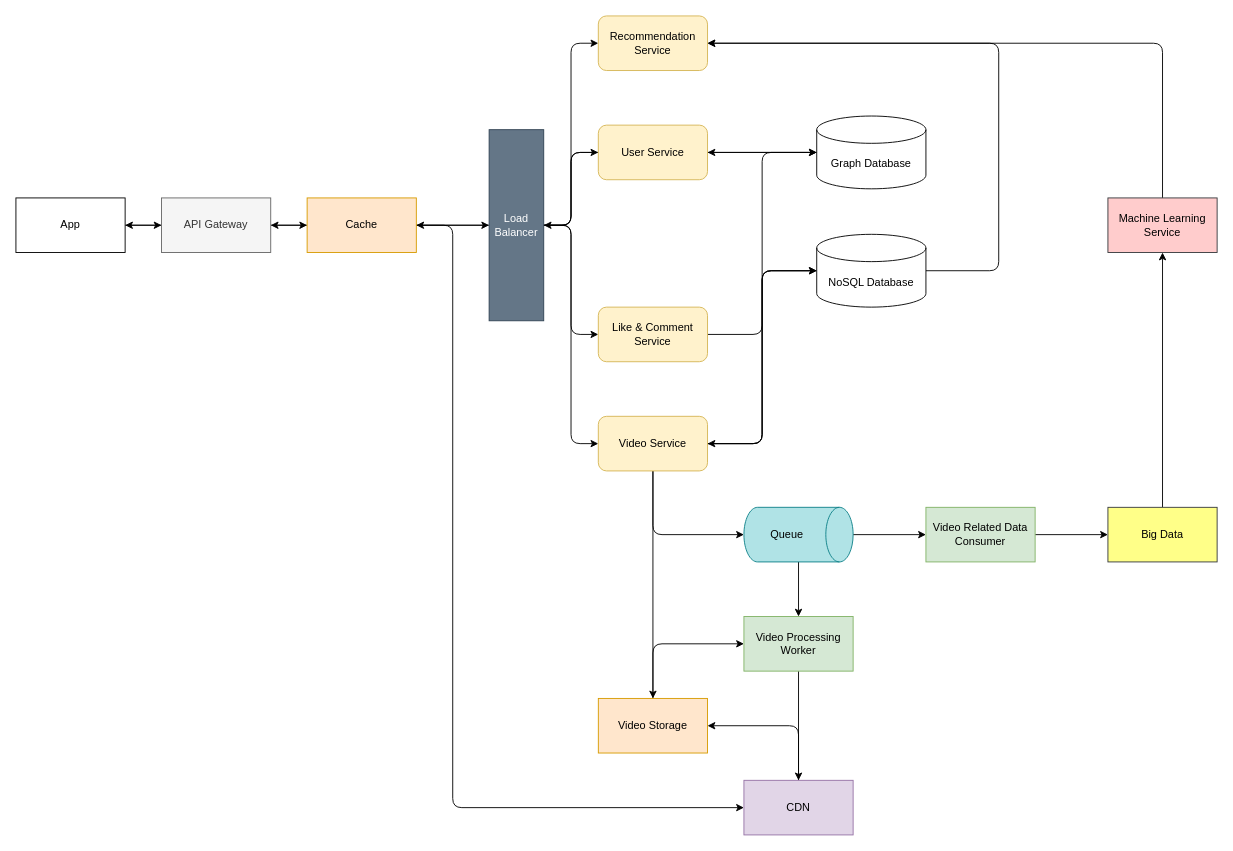
Before: TikTok System Design.drawio in purnendukar/MySystemDesigns, a draw.io diagram. Source tidied: cells renumbered, new cells numbered last; positions are measured from the earlier drawing's top-left corner, leaving out a move shared by most shapes. Both pictures are drawn from the tidied source at 91%, with x=0, y=0 at pixel (15, 15).
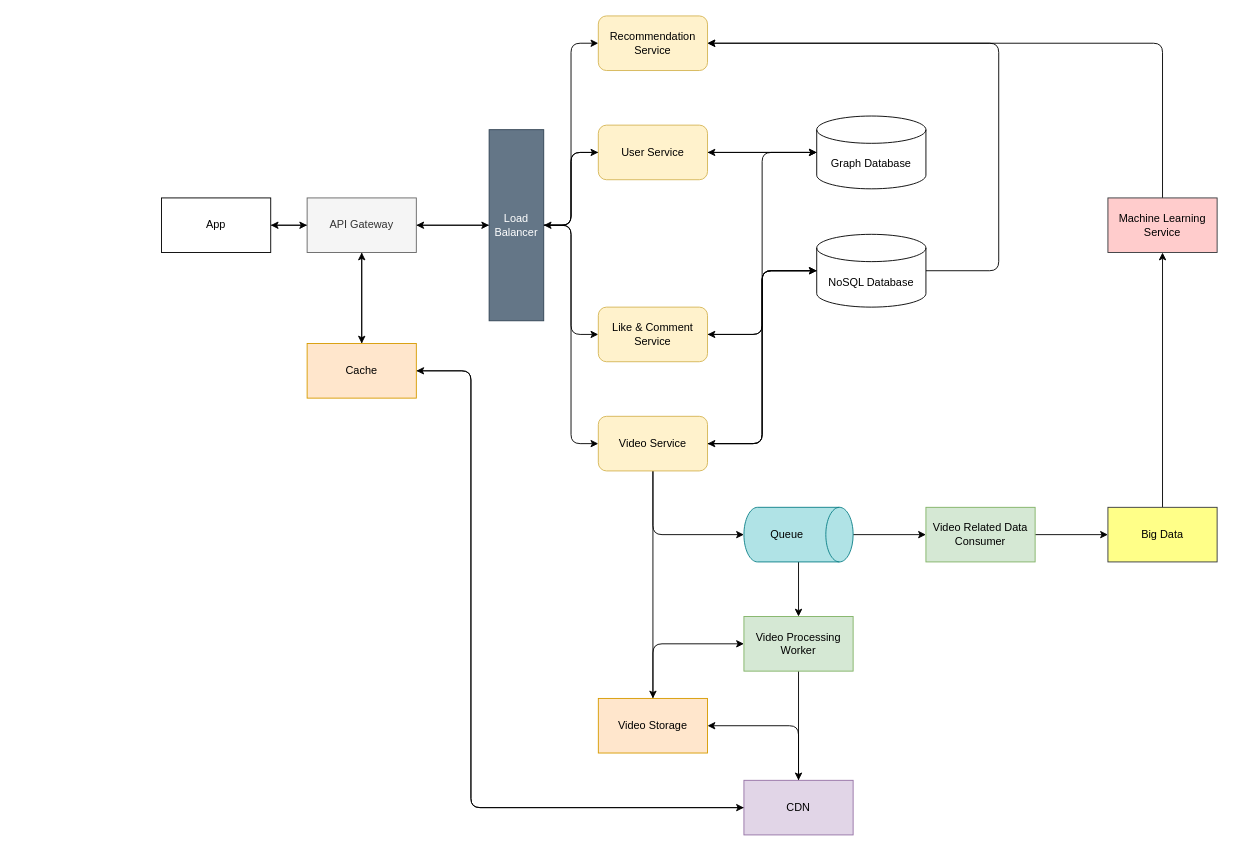
The same diagram, later.

Unchanged cells that the change refers to:
```xml
<mxCell id="10" value="Load&lt;br&gt;Balancer" style="rounded=0;whiteSpace=wrap;html=1;fillColor=#647687;strokeColor=#314354;fontColor=#ffffff;" parent="1" vertex="1">
  <mxGeometry x="520" y="125" width="60" height="210" as="geometry" />
</mxCell>
<mxCell id="21" value="NoSQL Database" style="shape=cylinder3;whiteSpace=wrap;html=1;boundedLbl=1;backgroundOutline=1;size=15;" parent="1" vertex="1">
  <mxGeometry x="880" y="240" width="120" height="80" as="geometry" />
</mxCell>
<mxCell id="23" value="CDN" style="rounded=0;whiteSpace=wrap;html=1;fillColor=#e1d5e7;strokeColor=#9673a6;" parent="1" vertex="1">
  <mxGeometry x="800" y="840" width="120" height="60" as="geometry" />
</mxCell>
<mxCell id="47" value="Like &amp;amp; Comment Service" style="rounded=1;whiteSpace=wrap;html=1;fillColor=#fff2cc;strokeColor=#d6b656;" parent="1" vertex="1">
  <mxGeometry x="640" y="320" width="120" height="60" as="geometry" />
</mxCell>
```

Diff of the diagram source:
```diff
@@
+    <mxCell id="3" style="edgeStyle=orthogonalEdgeStyle;rounded=1;jettySize=auto;html=1;" parent="1" edge="1" source="4" target="31">
+      <mxGeometry relative="1" as="geometry" />
+    </mxCell>
+    <mxCell id="48" style="edgeStyle=orthogonalEdgeStyle;rounded=1;jettySize=auto;html=1;entryX=0;entryY=0.5;entryDx=0;entryDy=0;" parent="1" edge="1" source="4" target="10">
+      <mxGeometry relative="1" as="geometry" />
+    </mxCell>
@@
-    <mxCell id="3" style="edgeStyle=orthogonalEdgeStyle;rounded=1;jettySize=auto;html=1;" parent="1" edge="1" source="4" target="31">
-      <mxGeometry relative="1" as="geometry" />
-    </mxCell>
     <mxCell id="4" value="API Gateway" style="rounded=0;whiteSpace=wrap;html=1;fillColor=#f5f5f5;fontColor=#333333;strokeColor=#666666;" parent="1" vertex="1">
-      <mxGeometry x="160" y="200" width="120" height="60" as="geometry" />
+      <mxGeometry x="320" y="200" width="120" height="60" as="geometry" />
     </mxCell>
@@
-    <mxCell id="7" style="edgeStyle=orthogonalEdgeStyle;rounded=1;jettySize=auto;html=1;" parent="1" edge="1" source="10" target="29">
-      <mxGeometry relative="1" as="geometry" />
-    </mxCell>
@@
+    <mxCell id="49" style="edgeStyle=orthogonalEdgeStyle;rounded=1;jettySize=auto;html=1;" parent="1" edge="1" source="10" target="4">
+      <mxGeometry relative="1" as="geometry" />
+    </mxCell>
@@
+    <mxCell id="50" style="edgeStyle=orthogonalEdgeStyle;rounded=1;jettySize=auto;html=1;" parent="1" edge="1" source="21" target="47">
+      <mxGeometry relative="1" as="geometry" />
+    </mxCell>
@@
+    <mxCell id="51" style="edgeStyle=orthogonalEdgeStyle;rounded=1;jettySize=auto;html=1;" parent="1" edge="1" source="23" target="29">
+      <mxGeometry relative="1" as="geometry">
+        <Array as="points">
+          <mxPoint x="500" y="870" />
+        </Array>
+      </mxGeometry>
+    </mxCell>
@@
-    <mxCell id="26" style="edgeStyle=orthogonalEdgeStyle;rounded=1;jettySize=auto;html=1;" parent="1" edge="1" source="29" target="10">
-      <mxGeometry relative="1" as="geometry" />
-    </mxCell>
     <mxCell id="27" style="edgeStyle=orthogonalEdgeStyle;rounded=1;jettySize=auto;html=1;entryX=0;entryY=0.5;entryDx=0;entryDy=0;" parent="1" edge="1" source="29" target="23">
       <mxGeometry relative="1" as="geometry">
         <Array as="points">
-          <mxPoint x="480" y="230" />
-          <mxPoint x="480" y="870" />
+          <mxPoint x="500" y="870" />
         </Array>
       </mxGeometry>
     </mxCell>
-    <mxCell id="28" style="edgeStyle=orthogonalEdgeStyle;rounded=1;jettySize=auto;html=1;entryX=1;entryY=0.5;entryDx=0;entryDy=0;" parent="1" edge="1" source="29" target="4">
+    <mxCell id="28" style="edgeStyle=orthogonalEdgeStyle;rounded=1;jettySize=auto;html=1;" parent="1" edge="1" source="29" target="4">
       <mxGeometry relative="1" as="geometry" />
     </mxCell>
     <mxCell id="29" value="Cache" style="rounded=0;whiteSpace=wrap;html=1;fillColor=#ffe6cc;strokeColor=#d79b00;" parent="1" vertex="1">
-      <mxGeometry x="320" y="200" width="120" height="60" as="geometry" />
+      <mxGeometry x="320" y="360" width="120" height="60" as="geometry" />
     </mxCell>
@@
     <mxCell id="31" value="App" style="rounded=0;whiteSpace=wrap;html=1;" parent="1" vertex="1">
-      <mxGeometry y="200" width="120" height="60" as="geometry" />
+      <mxGeometry x="160" y="200" width="120" height="60" as="geometry" />
     </mxCell>
```
